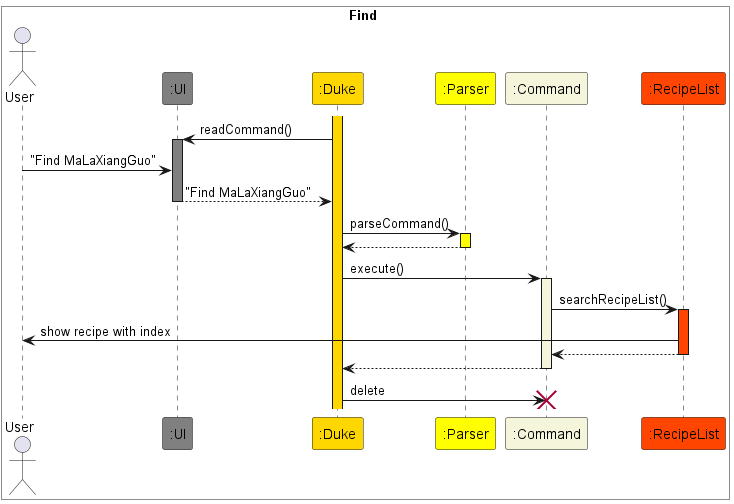
This is docs/PlantUML/FindRecipe.png from nus-cs2113-AY2223S2/tp, a PlantUML export, as it was before one commit.
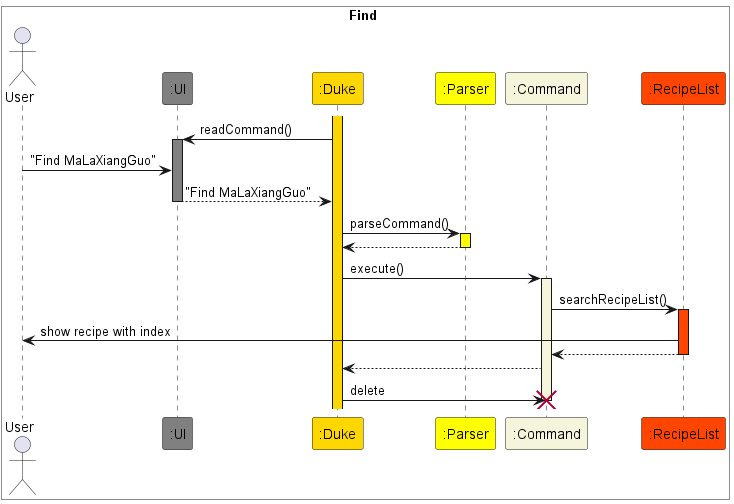
The same diagram one commit later.

The edit, as a diff of the source:
```diff
@@ -1,4 +1,4 @@
-@startuml Recipe Find
+@startuml FindRecipe
 box Find #White
 Actor User
 participant ":UI" as UI #Gray
@@ -26,8 +26,8 @@
 RecipeList --> Command
 deactivate RecipeList
 Command --> Duke
+Duke -> Command : delete
 deactivate Command
-Duke -> Command : delete
 destroy Command
 
 
```
